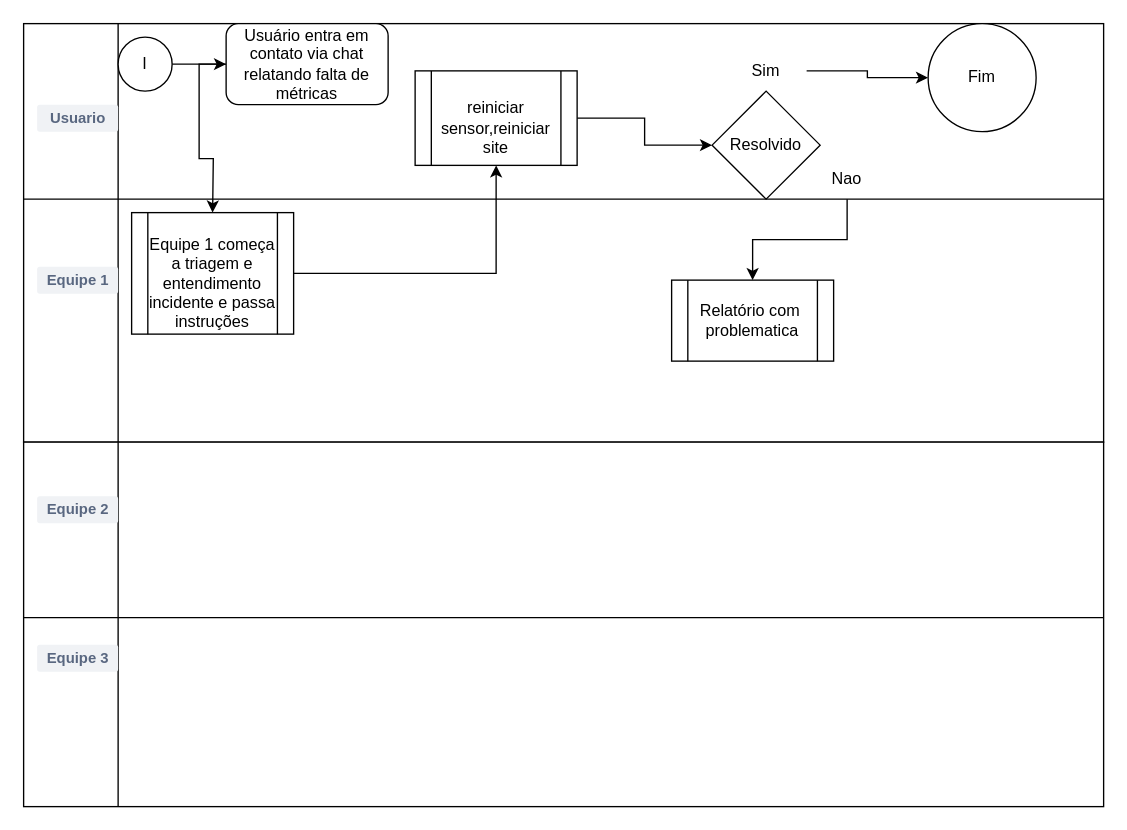
Above: Diagrama sem nome.drawio in matheusanjos62/Aula-Pi-html-css (draw.io), before the change. Source tidied: cells renumbered, new cells numbered last; positions are measured from the earlier drawing's top-left corner, leaving out a move shared by most shapes. Both pictures are drawn from the tidied source at 135%, with x=0, y=0 at pixel (23, 23).
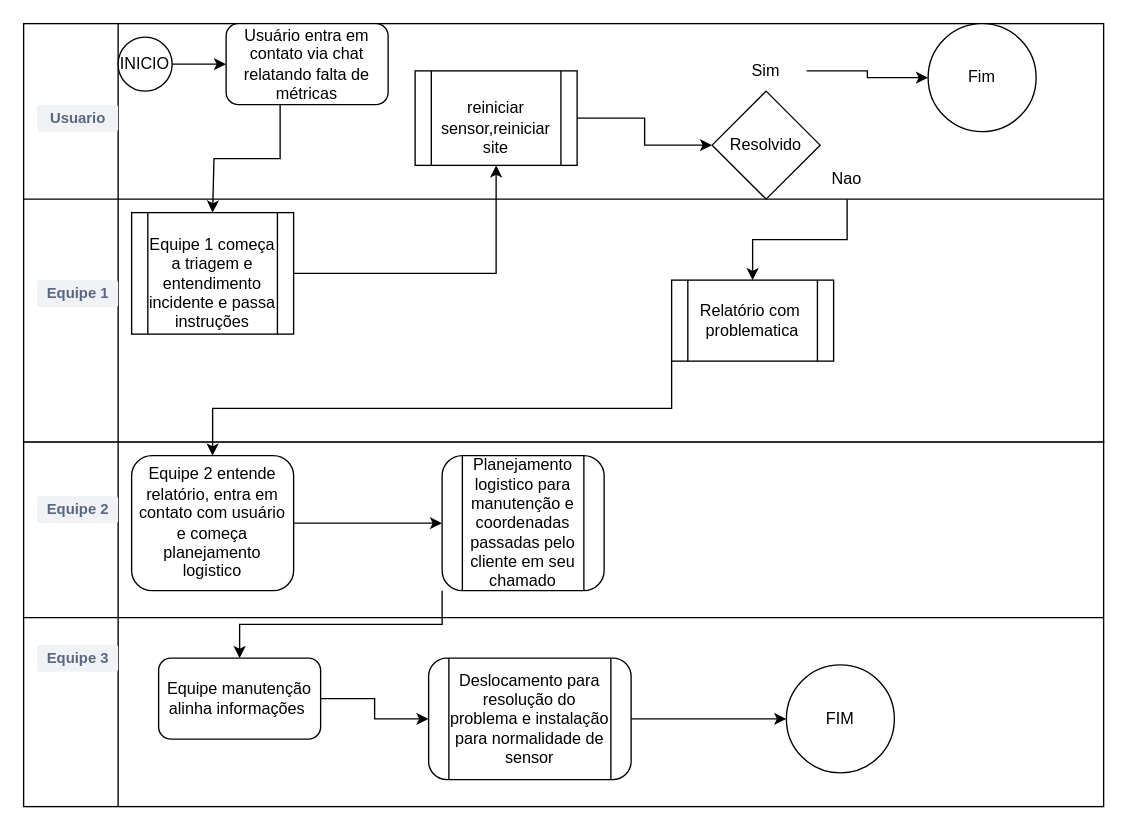
The same diagram, later.

Unchanged cells that the change refers to:
```xml
<mxCell id="11" value="Usuário entra em contato via chat relatando falta de métricas" style="rounded=1;whiteSpace=wrap;html=1;" parent="1" vertex="1">
  <mxGeometry x="150" width="120" height="60" as="geometry" />
</mxCell>
<mxCell id="22" value="Relatório com&amp;nbsp; problematica" style="shape=process;whiteSpace=wrap;html=1;backgroundOutline=1;" parent="1" vertex="1">
  <mxGeometry x="480" y="190" width="120" height="60" as="geometry" />
</mxCell>
```

The edit, as a diff of the source:
```diff
@@
     <mxCell id="5" value="Equipe 1" style="dashed=0;html=1;fillColor=#F0F2F5;strokeColor=none;align=center;rounded=1;arcSize=10;fontColor=#596780;fontStyle=1;fontSize=11;shadow=0;" parent="1" vertex="1">
-      <mxGeometry x="10" y="180" width="60" height="20" as="geometry" />
+      <mxGeometry x="10" y="190" width="60" height="20" as="geometry" />
     </mxCell>
@@
-    <mxCell id="9" value="I" style="ellipse;whiteSpace=wrap;html=1;" parent="1" vertex="1">
+    <mxCell id="9" value="INICIO" style="ellipse;whiteSpace=wrap;html=1;" parent="1" vertex="1">
       <mxGeometry x="70" y="10" width="40" height="40" as="geometry" />
     </mxCell>
     <mxCell id="10" style="edgeStyle=orthogonalEdgeStyle;rounded=0;jettySize=auto;html=1;" parent="1" edge="1" source="11">
       <mxGeometry relative="1" as="geometry">
         <mxPoint x="140" y="140" as="targetPoint" />
+        <Array as="points">
+          <mxPoint x="190" y="100" />
+          <mxPoint x="141" y="100" />
+        </Array>
       </mxGeometry>
     </mxCell>
@@
+    <mxCell id="23" style="edgeStyle=orthogonalEdgeStyle;rounded=0;jettySize=auto;html=1;exitX=0;exitY=1;exitDx=0;exitDy=0;" parent="1" edge="1" source="22" target="25">
+      <mxGeometry relative="1" as="geometry" />
+    </mxCell>
@@
+    <mxCell id="24" style="edgeStyle=orthogonalEdgeStyle;rounded=0;jettySize=auto;html=1;" parent="1" edge="1" source="25" target="27">
+      <mxGeometry relative="1" as="geometry" />
+    </mxCell>
+    <mxCell id="25" value="Equipe 2 entende relatório, entra em contato com usuário e começa planejamento logistico" style="rounded=1;whiteSpace=wrap;html=1;" parent="1" vertex="1">
+      <mxGeometry x="80" y="320" width="120" height="100" as="geometry" />
+    </mxCell>
+    <mxCell id="26" style="edgeStyle=orthogonalEdgeStyle;rounded=0;jettySize=auto;html=1;exitX=0;exitY=1;exitDx=0;exitDy=0;" parent="1" edge="1" source="27" target="29">
+      <mxGeometry relative="1" as="geometry" />
+    </mxCell>
+    <mxCell id="27" value="Planejamento logistico para manutenção e coordenadas passadas pelo cliente em seu chamado" style="shape=process;whiteSpace=wrap;html=1;backgroundOutline=1;rounded=1;" parent="1" vertex="1">
+      <mxGeometry x="310" y="320" width="120" height="100" as="geometry" />
+    </mxCell>
+    <mxCell id="28" style="edgeStyle=orthogonalEdgeStyle;rounded=0;jettySize=auto;html=1;" parent="1" edge="1" source="29" target="31">
+      <mxGeometry relative="1" as="geometry" />
+    </mxCell>
+    <mxCell id="29" value="Equipe manutenção alinha informações&amp;nbsp;" style="rounded=1;whiteSpace=wrap;html=1;" parent="1" vertex="1">
+      <mxGeometry x="100" y="470" width="120" height="60" as="geometry" />
+    </mxCell>
+    <mxCell id="30" style="edgeStyle=orthogonalEdgeStyle;rounded=0;jettySize=auto;html=1;" parent="1" edge="1" source="31" target="32">
+      <mxGeometry relative="1" as="geometry" />
+    </mxCell>
+    <mxCell id="31" value="Deslocamento para resolução do problema e instalação para normalidade de sensor" style="shape=process;whiteSpace=wrap;html=1;backgroundOutline=1;rounded=1;" parent="1" vertex="1">
+      <mxGeometry x="300" y="470" width="150" height="90" as="geometry" />
+    </mxCell>
+    <mxCell id="32" value="FIM" style="ellipse;whiteSpace=wrap;html=1;rounded=1;" parent="1" vertex="1">
+      <mxGeometry x="565" y="475" width="80" height="80" as="geometry" />
+    </mxCell>
```
